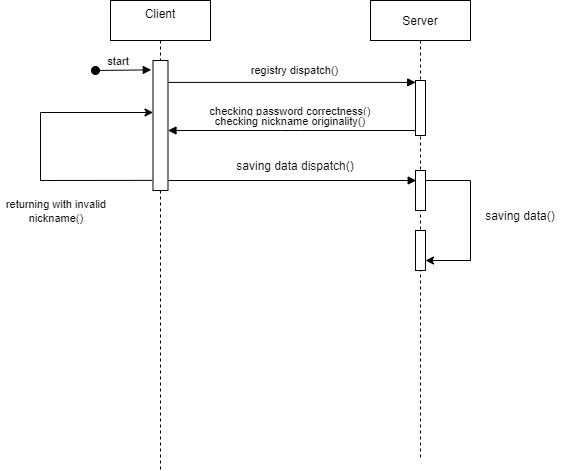
Above: SequenceDiagram.png in Feyarch/TeleMessage (draw.io), before the change. Source tidied: cells renumbered, new cells last; positions are measured from the earlier drawing's top-left corner, leaving out a move shared by most shapes.
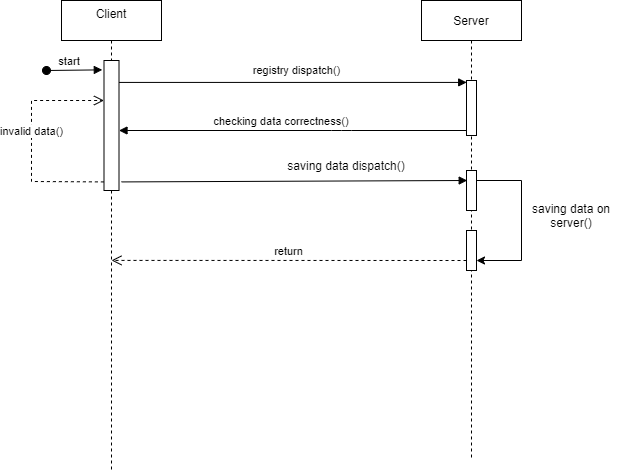
Above is the later version.

Diff of the diagram source:
```diff
@@ -2,14 +2,13 @@
   <root>
     <mxCell id="0" />
     <mxCell id="1" parent="0" />
-    <mxCell id="2" value="checking password correctness()" style="verticalAlign=bottom;endArrow=block;entryX=0.02;entryY=0.035;shadow=0;strokeWidth=1;entryDx=0;entryDy=0;entryPerimeter=0;" parent="1" edge="1">
-      <mxGeometry x="0.02" y="60" relative="1" as="geometry">
-        <mxPoint x="160" y="180" as="sourcePoint" />
+    <mxCell id="2" style="verticalAlign=bottom;endArrow=block;entryX=0.02;entryY=0.035;shadow=0;strokeWidth=1;entryDx=0;entryDy=0;entryPerimeter=0;exitX=1.167;exitY=0.934;exitDx=0;exitDy=0;exitPerimeter=0;" parent="1" edge="1" source="5">
+      <mxGeometry x="0.51" y="50" relative="1" as="geometry">
         <mxPoint x="415.7" y="180" as="targetPoint" />
       </mxGeometry>
     </mxCell>
     <mxCell id="3" value="Client&#10;" style="shape=umlLifeline;perimeter=lifelinePerimeter;rounded=0;shadow=0;strokeWidth=1;" parent="1" vertex="1">
-      <mxGeometry x="110" width="100" height="470" as="geometry" />
+      <mxGeometry x="10" width="100" height="470" as="geometry" />
     </mxCell>
     <mxCell id="4" value="start" style="verticalAlign=bottom;startArrow=oval;endArrow=block;startSize=8;shadow=0;strokeWidth=1;entryX=-0.113;entryY=0.072;entryDx=0;entryDy=0;entryPerimeter=0;" parent="3" edge="1" target="5">
       <mxGeometry x="-0.17" relative="1" as="geometry">
@@ -19,11 +18,11 @@
     <mxCell id="5" style="points=[];perimeter=orthogonalPerimeter;rounded=0;shadow=0;strokeWidth=1;" parent="3" vertex="1">
       <mxGeometry x="42.5" y="60" width="15" height="130" as="geometry" />
     </mxCell>
-    <mxCell id="6" style="endArrow=classic;html=1;rounded=0;exitX=-0.06;exitY=0.922;exitDx=0;exitDy=0;exitPerimeter=0;" parent="3" edge="1" source="5" target="5">
+    <mxCell id="6" value="invalid data()" style="html=1;verticalAlign=bottom;endArrow=open;dashed=1;endSize=8;rounded=0;exitX=-0.007;exitY=0.934;exitDx=0;exitDy=0;exitPerimeter=0;" parent="3" edge="1" source="5" target="5">
       <mxGeometry relative="1" as="geometry">
         <Array as="points">
-          <mxPoint x="-70" y="180" />
-          <mxPoint x="-70" y="112" />
+          <mxPoint x="-30" y="181" />
+          <mxPoint x="-30" y="100" />
         </Array>
       </mxGeometry>
     </mxCell>
@@ -52,21 +51,21 @@
         <mxPoint x="1" as="offset" />
       </mxGeometry>
     </mxCell>
-    <mxCell id="13" value="checking nickname originality()" style="verticalAlign=bottom;endArrow=block;shadow=0;strokeWidth=1;" parent="1" edge="1" source="8" target="5">
-      <mxGeometry x="0.01" relative="1" as="geometry">
+    <mxCell id="13" value="checking data correctness()" style="verticalAlign=bottom;endArrow=block;shadow=0;strokeWidth=1;" parent="1" edge="1" source="8" target="5">
+      <mxGeometry x="0.06" relative="1" as="geometry">
         <Array as="points">
           <mxPoint x="290" y="130" />
         </Array>
       </mxGeometry>
     </mxCell>
-    <mxCell id="14" value="&lt;div style=&quot;text-align: center&quot;&gt;&lt;font face=&quot;helvetica&quot;&gt;&lt;span style=&quot;font-size: 11px ; background-color: rgb(255 , 255 , 255)&quot;&gt;returning with invalid nickname()&lt;/span&gt;&lt;/font&gt;&lt;/div&gt;" style="text;whiteSpace=wrap;html=1;" parent="1" vertex="1">
-      <mxGeometry y="190" width="110" height="30" as="geometry" />
-    </mxCell>
     <mxCell id="15" value="saving data dispatch()" style="text;html=1;strokeColor=none;fillColor=none;align=center;verticalAlign=middle;whiteSpace=wrap;rounded=0;" parent="1" vertex="1">
       <mxGeometry x="230" y="150" width="130" height="30" as="geometry" />
     </mxCell>
-    <mxCell id="16" value="saving data()" style="text;html=1;strokeColor=none;fillColor=none;align=center;verticalAlign=middle;whiteSpace=wrap;rounded=0;" parent="1" vertex="1">
+    <mxCell id="16" value="saving data on server()" style="text;html=1;strokeColor=none;fillColor=none;align=center;verticalAlign=middle;whiteSpace=wrap;rounded=0;" parent="1" vertex="1">
       <mxGeometry x="470" y="200" width="100" height="30" as="geometry" />
     </mxCell>
+    <mxCell id="17" value="return" style="html=1;verticalAlign=bottom;endArrow=open;dashed=1;endSize=8;rounded=0;exitX=0;exitY=0.75;exitDx=0;exitDy=0;entryX=0.5;entryY=0.553;entryDx=0;entryDy=0;entryPerimeter=0;" parent="1" edge="1" source="10" target="3">
+      <mxGeometry relative="1" as="geometry" />
+    </mxCell>
   </root>
 </mxGraphModel>
```
